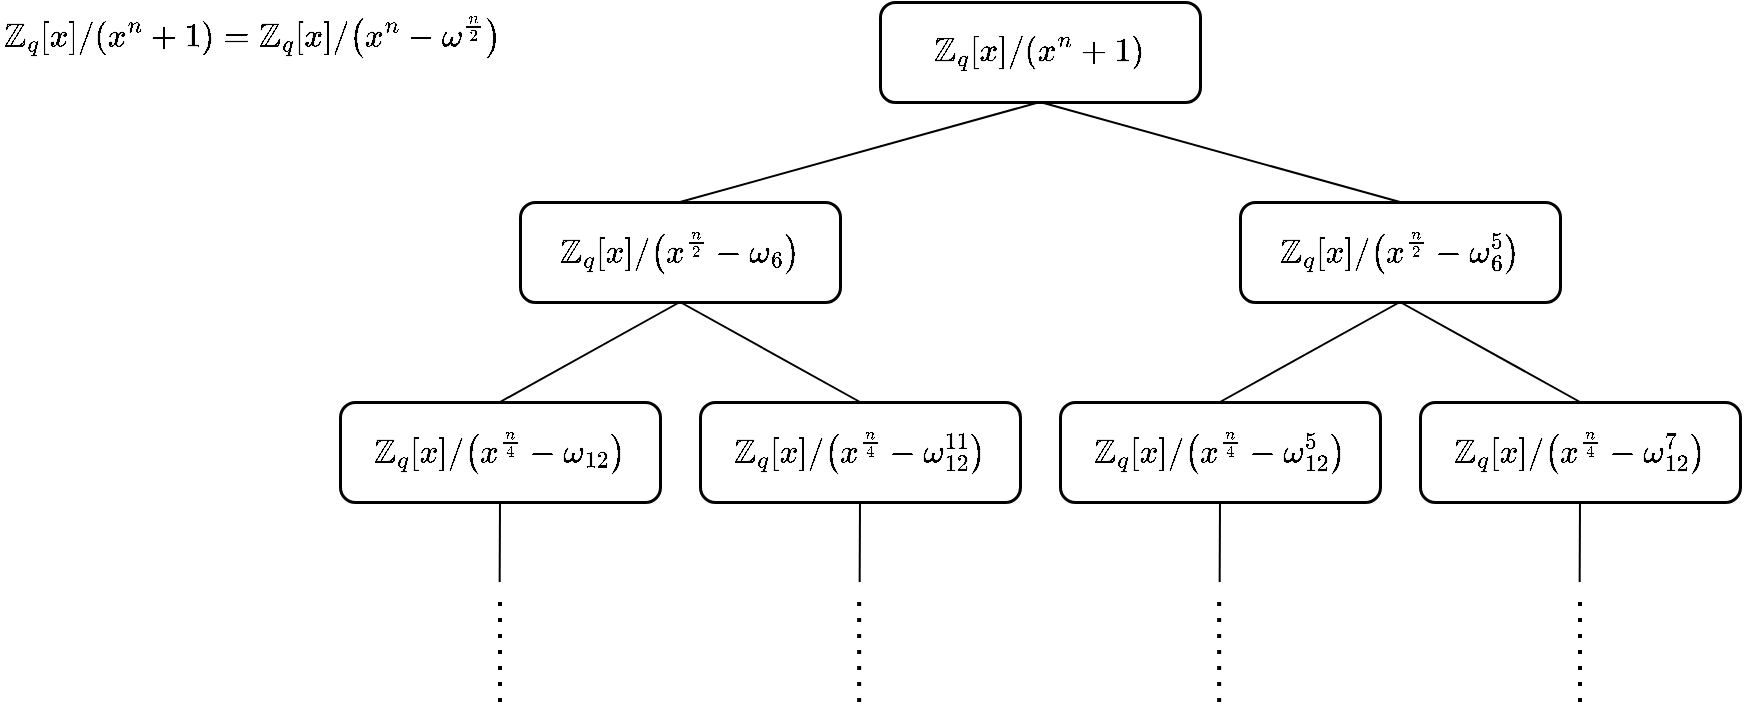
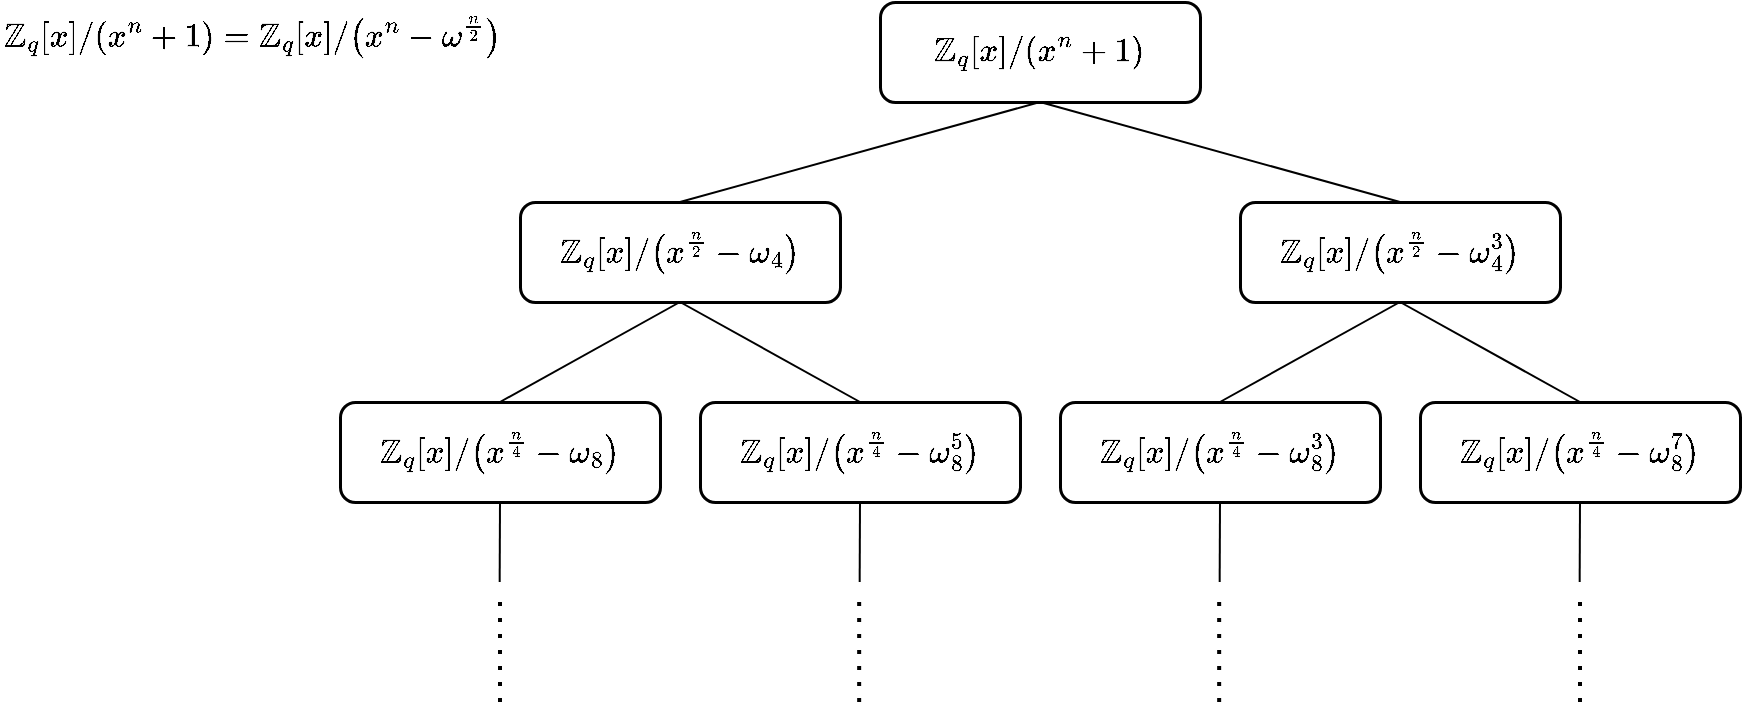
<mxfile host="app.diagrams.net">
  <diagram name="第 1 页" id="r_cadCLkMDmKBiWyYnG-">
    <mxGraphModel dx="1047" dy="677" grid="1" gridSize="10" guides="1" tooltips="1" connect="1" arrows="1" fold="1" page="1" pageScale="1" pageWidth="1600" pageHeight="900" math="1" shadow="0">
      <root>
        <mxCell id="0" />
        <mxCell id="1" parent="0" />
        <mxCell id="RMBLcs9uN_SKzhUv9nPz-1" edge="1" parent="1" source="RMBLcs9uN_SKzhUv9nPz-3" style="rounded=0;orthogonalLoop=1;jettySize=auto;html=1;exitX=0.5;exitY=1;exitDx=0;exitDy=0;entryX=0.5;entryY=0;entryDx=0;entryDy=0;endArrow=none;endFill=0;fontSize=14;" target="RMBLcs9uN_SKzhUv9nPz-9">
          <mxGeometry relative="1" as="geometry">
            <mxPoint x="1070" y="160" as="targetPoint" />
          </mxGeometry>
        </mxCell>
        <mxCell id="RMBLcs9uN_SKzhUv9nPz-2" edge="1" parent="1" source="RMBLcs9uN_SKzhUv9nPz-3" style="rounded=0;orthogonalLoop=1;jettySize=auto;html=1;exitX=0.5;exitY=1;exitDx=0;exitDy=0;endArrow=none;endFill=0;entryX=0.5;entryY=0;entryDx=0;entryDy=0;fontSize=14;" target="RMBLcs9uN_SKzhUv9nPz-6">
          <mxGeometry relative="1" as="geometry">
            <mxPoint x="600" y="160" as="targetPoint" />
          </mxGeometry>
        </mxCell>
        <mxCell id="RMBLcs9uN_SKzhUv9nPz-3" parent="1" style="rounded=1;whiteSpace=wrap;html=1;strokeWidth=1.5;fontSize=14;" value="`\mathbb{Z}_{q} [x] \/ (x^n + 1)`" vertex="1">
          <mxGeometry height="50" width="160" x="720" y="40" as="geometry" />
        </mxCell>
        <mxCell id="RMBLcs9uN_SKzhUv9nPz-4" edge="1" parent="1" source="RMBLcs9uN_SKzhUv9nPz-6" style="rounded=0;orthogonalLoop=1;jettySize=auto;html=1;exitX=0.5;exitY=1;exitDx=0;exitDy=0;entryX=0.5;entryY=0;entryDx=0;entryDy=0;endArrow=none;endFill=0;" target="RMBLcs9uN_SKzhUv9nPz-11">
          <mxGeometry relative="1" as="geometry" />
        </mxCell>
        <mxCell id="RMBLcs9uN_SKzhUv9nPz-5" edge="1" parent="1" source="RMBLcs9uN_SKzhUv9nPz-6" style="edgeStyle=none;shape=connector;rounded=0;orthogonalLoop=1;jettySize=auto;html=1;exitX=0.5;exitY=1;exitDx=0;exitDy=0;entryX=0.5;entryY=0;entryDx=0;entryDy=0;strokeColor=default;align=center;verticalAlign=middle;fontFamily=Helvetica;fontSize=11;fontColor=default;labelBackgroundColor=default;endArrow=none;endFill=0;" target="RMBLcs9uN_SKzhUv9nPz-13">
          <mxGeometry relative="1" as="geometry" />
        </mxCell>
-         <mxCell id="RMBLcs9uN_SKzhUv9nPz-6" parent="1" style="rounded=1;whiteSpace=wrap;html=1;strokeWidth=1.5;fontSize=14;" value="`\mathbb{Z}_{q} [x] \/ (x^{n/2} - \omega_6)`" vertex="1">
+         <mxCell id="RMBLcs9uN_SKzhUv9nPz-6" parent="1" style="rounded=1;whiteSpace=wrap;html=1;strokeWidth=1.5;fontSize=14;" value="`\mathbb{Z}_{q} [x] \/ (x^{n/2} - \omega_4)`" vertex="1">
          <mxGeometry height="50" width="160" x="540" y="140" as="geometry" />
        </mxCell>
        <mxCell id="RMBLcs9uN_SKzhUv9nPz-7" edge="1" parent="1" source="RMBLcs9uN_SKzhUv9nPz-9" style="edgeStyle=none;shape=connector;rounded=0;orthogonalLoop=1;jettySize=auto;html=1;exitX=0.5;exitY=1;exitDx=0;exitDy=0;entryX=0.5;entryY=0;entryDx=0;entryDy=0;strokeColor=default;align=center;verticalAlign=middle;fontFamily=Helvetica;fontSize=11;fontColor=default;labelBackgroundColor=default;endArrow=none;endFill=0;" target="RMBLcs9uN_SKzhUv9nPz-15">
          <mxGeometry relative="1" as="geometry" />
        </mxCell>
        <mxCell id="RMBLcs9uN_SKzhUv9nPz-8" edge="1" parent="1" source="RMBLcs9uN_SKzhUv9nPz-9" style="edgeStyle=none;shape=connector;rounded=0;orthogonalLoop=1;jettySize=auto;html=1;exitX=0.5;exitY=1;exitDx=0;exitDy=0;entryX=0.5;entryY=0;entryDx=0;entryDy=0;strokeColor=default;align=center;verticalAlign=middle;fontFamily=Helvetica;fontSize=11;fontColor=default;labelBackgroundColor=default;endArrow=none;endFill=0;" target="RMBLcs9uN_SKzhUv9nPz-17">
          <mxGeometry relative="1" as="geometry" />
        </mxCell>
-         <mxCell id="RMBLcs9uN_SKzhUv9nPz-9" parent="1" style="rounded=1;whiteSpace=wrap;html=1;strokeWidth=1.5;fontSize=14;" value="`\mathbb{Z}_{q} [x] \/ (x^{n/2} - \omega_{6}^5)`" vertex="1">
+         <mxCell id="RMBLcs9uN_SKzhUv9nPz-9" parent="1" style="rounded=1;whiteSpace=wrap;html=1;strokeWidth=1.5;fontSize=14;" value="`\mathbb{Z}_{q} [x] \/ (x^{n/2} - \omega_{4}^3)`" vertex="1">
          <mxGeometry height="50" width="160" x="900" y="140" as="geometry" />
        </mxCell>
        <mxCell id="RMBLcs9uN_SKzhUv9nPz-10" edge="1" parent="1" source="RMBLcs9uN_SKzhUv9nPz-11" style="edgeStyle=none;shape=connector;rounded=0;orthogonalLoop=1;jettySize=auto;html=1;exitX=0.5;exitY=1;exitDx=0;exitDy=0;strokeColor=default;align=center;verticalAlign=middle;fontFamily=Helvetica;fontSize=11;fontColor=default;labelBackgroundColor=default;endArrow=none;endFill=0;">
          <mxGeometry relative="1" as="geometry">
            <mxPoint x="529.8333333333335" y="330" as="targetPoint" />
          </mxGeometry>
        </mxCell>
-         <mxCell id="RMBLcs9uN_SKzhUv9nPz-11" parent="1" style="rounded=1;whiteSpace=wrap;html=1;strokeWidth=1.5;fontSize=14;" value="`\mathbb{Z}_{q} [x] \/ (x^{n/4} - \omega_12)`" vertex="1">
+         <mxCell id="RMBLcs9uN_SKzhUv9nPz-11" parent="1" style="rounded=1;whiteSpace=wrap;html=1;strokeWidth=1.5;fontSize=14;" value="`\mathbb{Z}_{q} [x] \/ (x^{n/4} - \omega_8)`" vertex="1">
          <mxGeometry height="50" width="160" x="450" y="240" as="geometry" />
        </mxCell>
        <mxCell id="RMBLcs9uN_SKzhUv9nPz-12" edge="1" parent="1" source="RMBLcs9uN_SKzhUv9nPz-13" style="edgeStyle=none;shape=connector;rounded=0;orthogonalLoop=1;jettySize=auto;html=1;exitX=0.5;exitY=1;exitDx=0;exitDy=0;strokeColor=default;align=center;verticalAlign=middle;fontFamily=Helvetica;fontSize=11;fontColor=default;labelBackgroundColor=default;endArrow=none;endFill=0;">
          <mxGeometry relative="1" as="geometry">
            <mxPoint x="709.8333333333335" y="330" as="targetPoint" />
          </mxGeometry>
        </mxCell>
-         <mxCell id="RMBLcs9uN_SKzhUv9nPz-13" parent="1" style="rounded=1;whiteSpace=wrap;html=1;strokeWidth=1.5;fontSize=14;" value="`\mathbb{Z}_{q} [x] \/ (x^{n/4} - \omega_{12}^{11})`" vertex="1">
+         <mxCell id="RMBLcs9uN_SKzhUv9nPz-13" parent="1" style="rounded=1;whiteSpace=wrap;html=1;strokeWidth=1.5;fontSize=14;" value="`\mathbb{Z}_{q} [x] \/ (x^{n/4} - \omega_{8}^{5})`" vertex="1">
          <mxGeometry height="50" width="160" x="630" y="240" as="geometry" />
        </mxCell>
        <mxCell id="RMBLcs9uN_SKzhUv9nPz-14" edge="1" parent="1" source="RMBLcs9uN_SKzhUv9nPz-15" style="edgeStyle=none;shape=connector;rounded=0;orthogonalLoop=1;jettySize=auto;html=1;exitX=0.5;exitY=1;exitDx=0;exitDy=0;strokeColor=default;align=center;verticalAlign=middle;fontFamily=Helvetica;fontSize=11;fontColor=default;labelBackgroundColor=default;endArrow=none;endFill=0;">
          <mxGeometry relative="1" as="geometry">
            <mxPoint x="889.8333333333335" y="330" as="targetPoint" />
          </mxGeometry>
        </mxCell>
-         <mxCell id="RMBLcs9uN_SKzhUv9nPz-15" parent="1" style="rounded=1;whiteSpace=wrap;html=1;strokeWidth=1.5;fontSize=14;" value="`\mathbb{Z}_{q} [x] \/ (x^{n/4} - \omega_{12}^{5})`" vertex="1">
+         <mxCell id="RMBLcs9uN_SKzhUv9nPz-15" parent="1" style="rounded=1;whiteSpace=wrap;html=1;strokeWidth=1.5;fontSize=14;" value="`\mathbb{Z}_{q} [x] \/ (x^{n/4} - \omega_{8}^{3})`" vertex="1">
          <mxGeometry height="50" width="160" x="810" y="240" as="geometry" />
        </mxCell>
        <mxCell id="RMBLcs9uN_SKzhUv9nPz-16" edge="1" parent="1" source="RMBLcs9uN_SKzhUv9nPz-17" style="edgeStyle=none;shape=connector;rounded=0;orthogonalLoop=1;jettySize=auto;html=1;exitX=0.5;exitY=1;exitDx=0;exitDy=0;strokeColor=default;align=center;verticalAlign=middle;fontFamily=Helvetica;fontSize=11;fontColor=default;labelBackgroundColor=default;endArrow=none;endFill=0;">
          <mxGeometry relative="1" as="geometry">
            <mxPoint x="1069.8333333333335" y="330" as="targetPoint" />
          </mxGeometry>
        </mxCell>
-         <mxCell id="RMBLcs9uN_SKzhUv9nPz-17" parent="1" style="rounded=1;whiteSpace=wrap;html=1;strokeWidth=1.5;fontSize=14;" value="`\mathbb{Z}_{q} [x] \/ (x^{n/4} - \omega_{12}^{7})`" vertex="1">
+         <mxCell id="RMBLcs9uN_SKzhUv9nPz-17" parent="1" style="rounded=1;whiteSpace=wrap;html=1;strokeWidth=1.5;fontSize=14;" value="`\mathbb{Z}_{q} [x] \/ (x^{n/4} - \omega_{8}^{7})`" vertex="1">
          <mxGeometry height="50" width="160" x="990" y="240" as="geometry" />
        </mxCell>
        <mxCell id="RMBLcs9uN_SKzhUv9nPz-18" edge="1" parent="1" style="endArrow=none;dashed=1;html=1;dashPattern=1 3;strokeWidth=2;rounded=0;strokeColor=default;align=center;verticalAlign=middle;fontFamily=Helvetica;fontSize=11;fontColor=default;labelBackgroundColor=default;" value="">
          <mxGeometry height="50" relative="1" width="50" as="geometry">
            <mxPoint x="530" y="340" as="sourcePoint" />
            <mxPoint x="530" y="390" as="targetPoint" />
          </mxGeometry>
        </mxCell>
        <mxCell id="RMBLcs9uN_SKzhUv9nPz-19" edge="1" parent="1" style="endArrow=none;dashed=1;html=1;dashPattern=1 3;strokeWidth=2;rounded=0;strokeColor=default;align=center;verticalAlign=middle;fontFamily=Helvetica;fontSize=11;fontColor=default;labelBackgroundColor=default;" value="">
          <mxGeometry height="50" relative="1" width="50" as="geometry">
            <mxPoint x="709.5799999999999" y="340" as="sourcePoint" />
            <mxPoint x="709.5799999999999" y="390" as="targetPoint" />
          </mxGeometry>
        </mxCell>
        <mxCell id="RMBLcs9uN_SKzhUv9nPz-20" edge="1" parent="1" style="endArrow=none;dashed=1;html=1;dashPattern=1 3;strokeWidth=2;rounded=0;strokeColor=default;align=center;verticalAlign=middle;fontFamily=Helvetica;fontSize=11;fontColor=default;labelBackgroundColor=default;" value="">
          <mxGeometry height="50" relative="1" width="50" as="geometry">
            <mxPoint x="889.5799999999999" y="340" as="sourcePoint" />
            <mxPoint x="889.5799999999999" y="390" as="targetPoint" />
          </mxGeometry>
        </mxCell>
        <mxCell id="RMBLcs9uN_SKzhUv9nPz-21" edge="1" parent="1" style="endArrow=none;dashed=1;html=1;dashPattern=1 3;strokeWidth=2;rounded=0;strokeColor=default;align=center;verticalAlign=middle;fontFamily=Helvetica;fontSize=11;fontColor=default;labelBackgroundColor=default;" value="">
          <mxGeometry height="50" relative="1" width="50" as="geometry">
            <mxPoint x="1070" y="340" as="sourcePoint" />
            <mxPoint x="1070" y="390" as="targetPoint" />
          </mxGeometry>
        </mxCell>
        <mxCell id="RMBLcs9uN_SKzhUv9nPz-23" parent="1" style="text;whiteSpace=wrap;html=1;textShadow=0;labelBackgroundColor=none;" value="&lt;span style=&quot;color: rgb(0, 0, 0); font-family: Helvetica; font-size: 14px; font-style: normal; font-variant-ligatures: normal; font-variant-caps: normal; font-weight: 400; letter-spacing: normal; orphans: 2; text-align: center; text-indent: 0px; text-transform: none; widows: 2; word-spacing: 0px; -webkit-text-stroke-width: 0px; white-space: normal; text-decoration-thickness: initial; text-decoration-style: initial; text-decoration-color: initial; float: none; display: inline !important;&quot;&gt;`\mathbb{Z}_{q} [x] \/ (x^n + 1) = \mathbb{Z}_q[x] \/ (x^n - \omega ^ {n/2})`&lt;/span&gt;" vertex="1">
          <mxGeometry height="40" width="220" x="280" y="40" as="geometry" />
        </mxCell>
      </root>
    </mxGraphModel>
  </diagram>
</mxfile>
